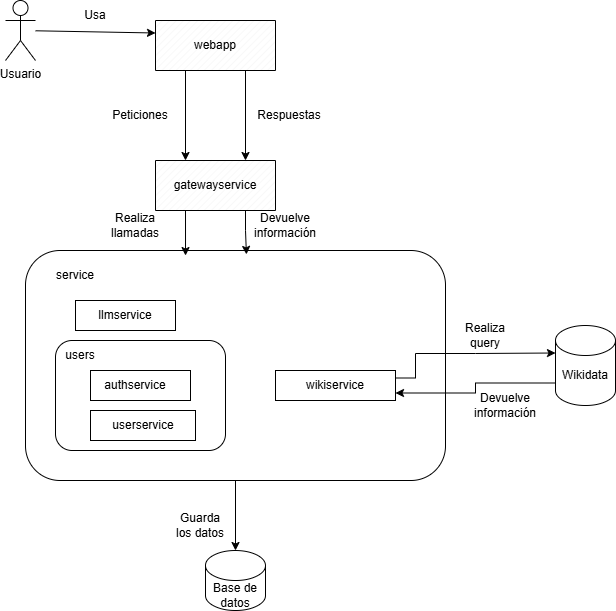
The draw.io diagram docs/images/WhiteBlockWiq.png in Arquisoft/wichat_es5a, before a commit. Source tidied: cells renumbered, new cells last; positions are measured from the earlier drawing's top-left corner, leaving out a move shared by most shapes.
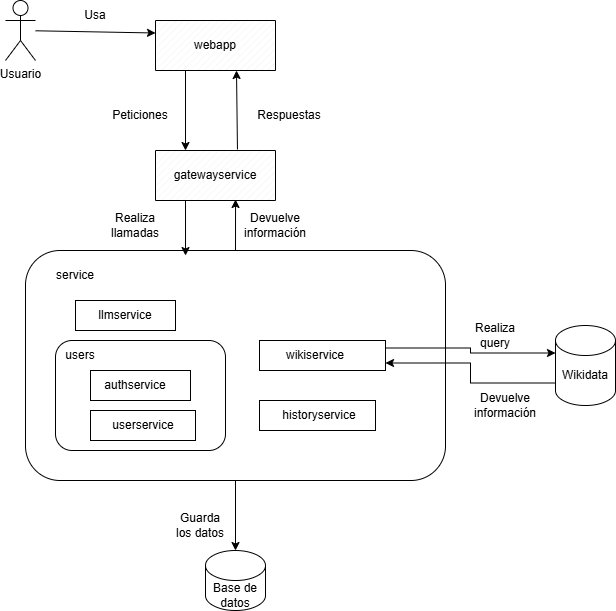
The same diagram one commit later.

Commit message:
Corrección en el documento de building block y actualización de imagen

Change to the diagram source:
```diff
@@ -12,10 +12,10 @@
       <mxGeometry x="180" y="30" width="60" height="30" as="geometry" />
     </mxCell>
     <mxCell id="5" style="verticalLabelPosition=bottom;verticalAlign=top;html=1;shape=mxgraph.basic.patternFillRect;fillStyle=diag;step=5;fillStrokeWidth=0.2;fillStrokeColor=#dddddd;" parent="1" vertex="1">
-      <mxGeometry x="150" y="160" width="120" height="50" as="geometry" />
+      <mxGeometry x="150" y="150" width="120" height="50" as="geometry" />
     </mxCell>
     <mxCell id="6" value="gatewayservice" style="text;html=1;align=center;verticalAlign=middle;whiteSpace=wrap;rounded=0;" parent="1" vertex="1">
-      <mxGeometry x="180" y="170" width="60" height="30" as="geometry" />
+      <mxGeometry x="180" y="160" width="60" height="30" as="geometry" />
     </mxCell>
     <mxCell id="7" style="endArrow=classic;html=1;rounded=0;entryX=0;entryY=0.25;entryDx=0;entryDy=0;entryPerimeter=0;" parent="1" edge="1" source="2" target="3">
       <mxGeometry relative="1" as="geometry" />
@@ -56,9 +56,6 @@
     <mxCell id="19" style="edgeStyle=orthogonalEdgeStyle;rounded=0;jettySize=auto;html=1;exitX=0.25;exitY=1;exitDx=0;exitDy=0;exitPerimeter=0;entryX=0.25;entryY=0;entryDx=0;entryDy=0;entryPerimeter=0;" parent="1" edge="1" source="3" target="5">
       <mxGeometry relative="1" as="geometry" />
     </mxCell>
-    <mxCell id="20" style="edgeStyle=orthogonalEdgeStyle;rounded=0;jettySize=auto;html=1;exitX=0.75;exitY=1;exitDx=0;exitDy=0;exitPerimeter=0;entryX=0.75;entryY=0;entryDx=0;entryDy=0;entryPerimeter=0;" parent="1" edge="1" source="3" target="5">
-      <mxGeometry relative="1" as="geometry" />
-    </mxCell>
     <mxCell id="21" value="Peticiones" style="text;html=1;align=center;verticalAlign=middle;whiteSpace=wrap;rounded=0;" parent="1" vertex="1">
       <mxGeometry x="105" y="100" width="60" height="30" as="geometry" />
     </mxCell>
@@ -68,14 +65,11 @@
     <mxCell id="23" style="edgeStyle=orthogonalEdgeStyle;rounded=0;jettySize=auto;html=1;exitX=0.25;exitY=1;exitDx=0;exitDy=0;exitPerimeter=0;entryX=0.381;entryY=0.022;entryDx=0;entryDy=0;entryPerimeter=0;" parent="1" edge="1" source="5" target="9">
       <mxGeometry relative="1" as="geometry" />
     </mxCell>
-    <mxCell id="24" style="edgeStyle=orthogonalEdgeStyle;rounded=0;jettySize=auto;html=1;exitX=0.75;exitY=1;exitDx=0;exitDy=0;exitPerimeter=0;entryX=0.526;entryY=0.017;entryDx=0;entryDy=0;entryPerimeter=0;" parent="1" edge="1" source="5" target="9">
-      <mxGeometry relative="1" as="geometry" />
-    </mxCell>
     <mxCell id="25" value="Realiza llamadas" style="text;html=1;align=center;verticalAlign=middle;whiteSpace=wrap;rounded=0;" parent="1" vertex="1">
       <mxGeometry x="100" y="210" width="60" height="30" as="geometry" />
     </mxCell>
     <mxCell id="26" value="Devuelve información" style="text;html=1;align=center;verticalAlign=middle;whiteSpace=wrap;rounded=0;" parent="1" vertex="1">
-      <mxGeometry x="250" y="210" width="60" height="30" as="geometry" />
+      <mxGeometry x="240" y="210" width="60" height="30" as="geometry" />
     </mxCell>
     <mxCell id="27" style="shape=cylinder3;whiteSpace=wrap;html=1;boundedLbl=1;backgroundOutline=1;size=15;" parent="1" vertex="1">
       <mxGeometry x="550" y="325" width="60" height="80" as="geometry" />
@@ -87,22 +81,13 @@
       <mxGeometry x="550" y="360" width="60" height="30" as="geometry" />
     </mxCell>
     <mxCell id="30" style="rounded=0;whiteSpace=wrap;html=1;" parent="1" vertex="1">
-      <mxGeometry x="270" y="370" width="120" height="30" as="geometry" />
+      <mxGeometry x="254" y="340" width="126" height="30" as="geometry" />
     </mxCell>
     <mxCell id="31" value="wikiservice" style="text;html=1;align=center;verticalAlign=middle;whiteSpace=wrap;rounded=0;" parent="1" vertex="1">
-      <mxGeometry x="300" y="370" width="60" height="30" as="geometry" />
+      <mxGeometry x="280" y="340" width="60" height="30" as="geometry" />
     </mxCell>
-    <mxCell id="32" style="edgeStyle=orthogonalEdgeStyle;rounded=0;jettySize=auto;html=1;exitX=1;exitY=0.25;exitDx=0;exitDy=0;entryX=0;entryY=0;entryDx=0;entryDy=27.5;entryPerimeter=0;" parent="1" edge="1" source="30" target="27">
-      <mxGeometry relative="1" as="geometry">
-        <Array as="points">
-          <mxPoint x="410" y="378" />
-          <mxPoint x="410" y="353" />
-          <mxPoint x="470" y="353" />
-        </Array>
-      </mxGeometry>
-    </mxCell>
     <mxCell id="33" value="Realiza query" style="text;html=1;align=center;verticalAlign=middle;whiteSpace=wrap;rounded=0;" parent="1" vertex="1">
-      <mxGeometry x="450" y="320" width="60" height="30" as="geometry" />
+      <mxGeometry x="460" y="320" width="60" height="30" as="geometry" />
     </mxCell>
     <mxCell id="34" value="Devuelve información" style="text;html=1;align=center;verticalAlign=middle;whiteSpace=wrap;rounded=0;" parent="1" vertex="1">
       <mxGeometry x="470" y="390" width="60" height="30" as="geometry" />
@@ -119,5 +104,20 @@
     <mxCell id="38" value="Guarda los datos" style="text;html=1;align=center;verticalAlign=middle;whiteSpace=wrap;rounded=0;" parent="1" vertex="1">
       <mxGeometry x="165" y="510" width="60" height="30" as="geometry" />
     </mxCell>
+    <mxCell id="39" style="edgeStyle=orthogonalEdgeStyle;rounded=0;jettySize=auto;html=1;exitX=0.5;exitY=0;exitDx=0;exitDy=0;entryX=0.667;entryY=0.98;entryDx=0;entryDy=0;entryPerimeter=0;" parent="1" edge="1" source="9" target="5">
+      <mxGeometry relative="1" as="geometry" />
+    </mxCell>
+    <mxCell id="40" style="endArrow=classic;html=1;rounded=0;exitX=0.683;exitY=-0.02;exitDx=0;exitDy=0;exitPerimeter=0;entryX=0.675;entryY=1;entryDx=0;entryDy=0;entryPerimeter=0;" parent="1" edge="1" source="5" target="3">
+      <mxGeometry relative="1" as="geometry" />
+    </mxCell>
+    <mxCell id="41" style="rounded=0;whiteSpace=wrap;html=1;" parent="1" vertex="1">
+      <mxGeometry x="254" y="400" width="116" height="30" as="geometry" />
+    </mxCell>
+    <mxCell id="32" style="edgeStyle=orthogonalEdgeStyle;rounded=0;jettySize=auto;html=1;exitX=1;exitY=0.25;exitDx=0;exitDy=0;entryX=0;entryY=0;entryDx=0;entryDy=27.5;entryPerimeter=0;" parent="1" edge="1" source="30" target="27">
+      <mxGeometry relative="1" as="geometry" />
+    </mxCell>
+    <mxCell id="42" value="historyservice" style="text;html=1;align=center;verticalAlign=middle;whiteSpace=wrap;rounded=0;" parent="1" vertex="1">
+      <mxGeometry x="284" y="400" width="60" height="30" as="geometry" />
+    </mxCell>
   </root>
 </mxGraphModel>
```
